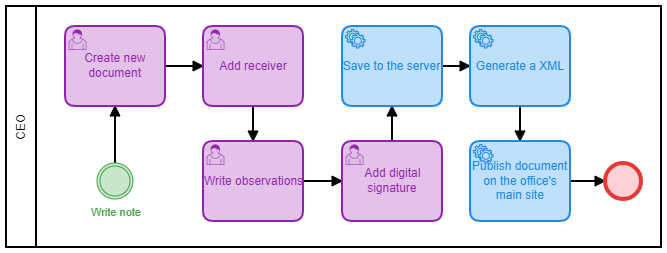
Before: Documentation/BPMN/Images/Memorandum.png, a diagram exported from BPMN (abiisnn/Digital-Office). Its source is kept beside it as Documentation/BPMN/Memorandum.bpmn. Ids are renumbered. The source it was exported from:
```xml
<bpmn:definitions xmlns:bpmn="http://www.omg.org/spec/BPMN/20100524/MODEL" xmlns:bpmndi="http://www.omg.org/spec/BPMN/20100524/DI" xmlns:di="http://www.omg.org/spec/DD/20100524/DI" xmlns:dc="http://www.omg.org/spec/DD/20100524/DC" xmlns:bioc="http://bpmn.io/schema/bpmn/biocolor/1.0" id="Definitions_n1" targetNamespace="http://bpmn.io/schema/bpmn" exporter="Camunda Modeler" exporterVersion="2.0.3">
  <bpmn:collaboration id="Collaboration_n2">
    <bpmn:participant id="Participant_n3" name="CEO" processRef="Process_1" />
  </bpmn:collaboration>
  <bpmn:process id="Process_1" isExecutable="true">
    <bpmn:sequenceFlow id="SequenceFlow_n4" sourceRef="ServiceTask_n5" targetRef="EndEvent_n6" />
    <bpmn:sequenceFlow id="SequenceFlow_n7" sourceRef="Task_n8" targetRef="ServiceTask_n5" />
    <bpmn:sequenceFlow id="SequenceFlow_n9" sourceRef="UserTask_n10" targetRef="UserTask_n11" />
    <bpmn:sequenceFlow id="SequenceFlow_n12" sourceRef="ServiceTask_n13" targetRef="Task_n8" />
    <bpmn:sequenceFlow id="SequenceFlow_n14" sourceRef="UserTask_n11" targetRef="ServiceTask_n13" />
    <bpmn:sequenceFlow id="SequenceFlow_n15" sourceRef="IntermediateThrowEvent_n16" targetRef="UserTask_n17" />
    <bpmn:userTask id="UserTask_n17" name="Create new document">
      <bpmn:incoming>SequenceFlow_n15</bpmn:incoming>
      <bpmn:outgoing>SequenceFlow_n18</bpmn:outgoing>
    </bpmn:userTask>
    <bpmn:intermediateThrowEvent id="IntermediateThrowEvent_n16" name="Write note">
      <bpmn:outgoing>SequenceFlow_n15</bpmn:outgoing>
    </bpmn:intermediateThrowEvent>
    <bpmn:userTask id="Task_n19" name="Add receiver">
      <bpmn:incoming>SequenceFlow_n18</bpmn:incoming>
      <bpmn:outgoing>SequenceFlow_n20</bpmn:outgoing>
    </bpmn:userTask>
    <bpmn:sequenceFlow id="SequenceFlow_n18" sourceRef="UserTask_n17" targetRef="Task_n19" />
    <bpmn:sequenceFlow id="SequenceFlow_n20" sourceRef="Task_n19" targetRef="UserTask_n10" />
    <bpmn:userTask id="UserTask_n10" name="Write observations">
      <bpmn:incoming>SequenceFlow_n20</bpmn:incoming>
      <bpmn:outgoing>SequenceFlow_n9</bpmn:outgoing>
    </bpmn:userTask>
    <bpmn:userTask id="UserTask_n11" name="Add digital signature">
      <bpmn:incoming>SequenceFlow_n9</bpmn:incoming>
      <bpmn:outgoing>SequenceFlow_n14</bpmn:outgoing>
    </bpmn:userTask>
    <bpmn:serviceTask id="ServiceTask_n13" name="Save to the server">
      <bpmn:incoming>SequenceFlow_n14</bpmn:incoming>
      <bpmn:outgoing>SequenceFlow_n12</bpmn:outgoing>
    </bpmn:serviceTask>
    <bpmn:serviceTask id="Task_n8" name="Generate a XML">
      <bpmn:incoming>SequenceFlow_n12</bpmn:incoming>
      <bpmn:outgoing>SequenceFlow_n7</bpmn:outgoing>
    </bpmn:serviceTask>
    <bpmn:serviceTask id="ServiceTask_n5" name="Publish document on the office&#39;s main site">
      <bpmn:incoming>SequenceFlow_n7</bpmn:incoming>
      <bpmn:outgoing>SequenceFlow_n4</bpmn:outgoing>
    </bpmn:serviceTask>
    <bpmn:endEvent id="EndEvent_n6">
      <bpmn:incoming>SequenceFlow_n4</bpmn:incoming>
    </bpmn:endEvent>
  </bpmn:process>
  <bpmndi:BPMNDiagram id="BPMNDiagram_1">
    <bpmndi:BPMNPlane id="BPMNPlane_1" bpmnElement="Collaboration_n2">
      <bpmndi:BPMNShape id="Participant_n3_di" bpmnElement="Participant_n3">
        <dc:Bounds x="47" y="189" width="655" height="241" />
      </bpmndi:BPMNShape>
      <bpmndi:BPMNShape id="ServiceTask_n5_di" bpmnElement="ServiceTask_n5" bioc:stroke="#1E88E5" bioc:fill="#BBDEFB">
        <dc:Bounds x="511" y="324" width="100" height="80" />
      </bpmndi:BPMNShape>
      <bpmndi:BPMNShape id="EndEvent_n6_di" bpmnElement="EndEvent_n6" bioc:stroke="#E53935" bioc:fill="#FFCDD2">
        <dc:Bounds x="646" y="346" width="36" height="36" />
      </bpmndi:BPMNShape>
      <bpmndi:BPMNShape id="ServiceTask_n13_di" bpmnElement="ServiceTask_n13" bioc:stroke="#1E88E5" bioc:fill="#BBDEFB">
        <dc:Bounds x="383" y="209" width="100" height="80" />
      </bpmndi:BPMNShape>
      <bpmndi:BPMNEdge id="SequenceFlow_n12_di" bpmnElement="SequenceFlow_n12">
        <di:waypoint x="483" y="249" />
        <di:waypoint x="511" y="249" />
      </bpmndi:BPMNEdge>
      <bpmndi:BPMNShape id="UserTask_n11_di" bpmnElement="UserTask_n11" bioc:stroke="#8E24AA" bioc:fill="#E1BEE7">
        <dc:Bounds x="383" y="324" width="100" height="80" />
      </bpmndi:BPMNShape>
      <bpmndi:BPMNEdge id="SequenceFlow_n14_di" bpmnElement="SequenceFlow_n14">
        <di:waypoint x="433" y="324" />
        <di:waypoint x="433" y="289" />
      </bpmndi:BPMNEdge>
      <bpmndi:BPMNShape id="UserTask_n10_di" bpmnElement="UserTask_n10" bioc:stroke="#8E24AA" bioc:fill="#E1BEE7">
        <dc:Bounds x="244" y="324" width="100" height="80" />
      </bpmndi:BPMNShape>
      <bpmndi:BPMNShape id="IntermediateThrowEvent_n16_di" bpmnElement="IntermediateThrowEvent_n16" bioc:stroke="#43A047" bioc:fill="#C8E6C9">
        <dc:Bounds x="138" y="346" width="36" height="36" />
        <bpmndi:BPMNLabel>
          <dc:Bounds x="132" y="389" width="49" height="14" />
        </bpmndi:BPMNLabel>
      </bpmndi:BPMNShape>
      <bpmndi:BPMNEdge id="SequenceFlow_n15_di" bpmnElement="SequenceFlow_n15">
        <di:waypoint x="156" y="346" />
        <di:waypoint x="156" y="289" />
      </bpmndi:BPMNEdge>
      <bpmndi:BPMNShape id="UserTask_n17_di" bpmnElement="UserTask_n17" bioc:stroke="#8E24AA" bioc:fill="#E1BEE7">
        <dc:Bounds x="106" y="209" width="100" height="80" />
      </bpmndi:BPMNShape>
      <bpmndi:BPMNEdge id="SequenceFlow_n9_di" bpmnElement="SequenceFlow_n9">
        <di:waypoint x="344" y="364" />
        <di:waypoint x="383" y="364" />
      </bpmndi:BPMNEdge>
      <bpmndi:BPMNEdge id="SequenceFlow_n7_di" bpmnElement="SequenceFlow_n7">
        <di:waypoint x="561" y="289" />
        <di:waypoint x="561" y="324" />
      </bpmndi:BPMNEdge>
      <bpmndi:BPMNEdge id="SequenceFlow_n4_di" bpmnElement="SequenceFlow_n4">
        <di:waypoint x="611" y="364" />
        <di:waypoint x="646" y="364" />
      </bpmndi:BPMNEdge>
      <bpmndi:BPMNShape id="ServiceTask_1scru0k_di" bpmnElement="Task_n8" bioc:stroke="#1E88E5" bioc:fill="#BBDEFB">
        <dc:Bounds x="511" y="209" width="100" height="80" />
      </bpmndi:BPMNShape>
      <bpmndi:BPMNShape id="UserTask_0fbclnx_di" bpmnElement="Task_n19" bioc:stroke="#8E24AA" bioc:fill="#E1BEE7">
        <dc:Bounds x="244" y="209" width="100" height="80" />
      </bpmndi:BPMNShape>
      <bpmndi:BPMNEdge id="SequenceFlow_n18_di" bpmnElement="SequenceFlow_n18">
        <di:waypoint x="206" y="249" />
        <di:waypoint x="244" y="249" />
      </bpmndi:BPMNEdge>
      <bpmndi:BPMNEdge id="SequenceFlow_n20_di" bpmnElement="SequenceFlow_n20">
        <di:waypoint x="294" y="289" />
        <di:waypoint x="294" y="324" />
      </bpmndi:BPMNEdge>
    </bpmndi:BPMNPlane>
  </bpmndi:BPMNDiagram>
</bpmn:definitions>
```
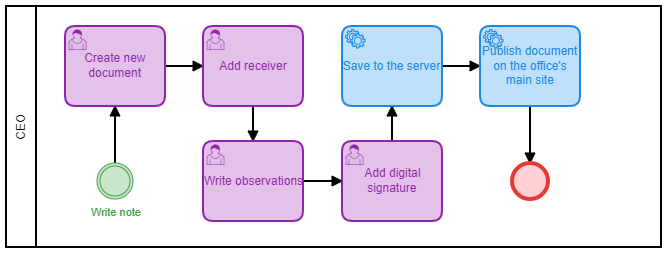
After the change.

Change to the diagram source:
```diff
@@ -4,9 +4,8 @@
   </bpmn:collaboration>
   <bpmn:process id="Process_1" isExecutable="true">
     <bpmn:sequenceFlow id="SequenceFlow_n4" sourceRef="ServiceTask_n5" targetRef="EndEvent_n6" />
-    <bpmn:sequenceFlow id="SequenceFlow_n7" sourceRef="Task_n8" targetRef="ServiceTask_n5" />
     <bpmn:sequenceFlow id="SequenceFlow_n9" sourceRef="UserTask_n10" targetRef="UserTask_n11" />
-    <bpmn:sequenceFlow id="SequenceFlow_n12" sourceRef="ServiceTask_n13" targetRef="Task_n8" />
+    <bpmn:sequenceFlow id="SequenceFlow_n12" sourceRef="ServiceTask_n13" targetRef="ServiceTask_n5" />
     <bpmn:sequenceFlow id="SequenceFlow_n14" sourceRef="UserTask_n11" targetRef="ServiceTask_n13" />
     <bpmn:sequenceFlow id="SequenceFlow_n15" sourceRef="IntermediateThrowEvent_n16" targetRef="UserTask_n17" />
     <bpmn:userTask id="UserTask_n17" name="Create new document">
@@ -34,12 +33,8 @@
       <bpmn:incoming>SequenceFlow_n14</bpmn:incoming>
       <bpmn:outgoing>SequenceFlow_n12</bpmn:outgoing>
     </bpmn:serviceTask>
-    <bpmn:serviceTask id="Task_n8" name="Generate a XML">
+    <bpmn:serviceTask id="ServiceTask_n5" name="Publish document on the office&#39;s main site">
       <bpmn:incoming>SequenceFlow_n12</bpmn:incoming>
-      <bpmn:outgoing>SequenceFlow_n7</bpmn:outgoing>
-    </bpmn:serviceTask>
-    <bpmn:serviceTask id="ServiceTask_n5" name="Publish document on the office&#39;s main site">
-      <bpmn:incoming>SequenceFlow_n7</bpmn:incoming>
       <bpmn:outgoing>SequenceFlow_n4</bpmn:outgoing>
     </bpmn:serviceTask>
     <bpmn:endEvent id="EndEvent_n6">
@@ -52,17 +47,17 @@
         <dc:Bounds x="47" y="189" width="655" height="241" />
       </bpmndi:BPMNShape>
       <bpmndi:BPMNShape id="ServiceTask_n5_di" bpmnElement="ServiceTask_n5" bioc:stroke="#1E88E5" bioc:fill="#BBDEFB">
-        <dc:Bounds x="511" y="324" width="100" height="80" />
+        <dc:Bounds x="521" y="209" width="100" height="80" />
       </bpmndi:BPMNShape>
       <bpmndi:BPMNShape id="EndEvent_n6_di" bpmnElement="EndEvent_n6" bioc:stroke="#E53935" bioc:fill="#FFCDD2">
-        <dc:Bounds x="646" y="346" width="36" height="36" />
+        <dc:Bounds x="553" y="346" width="36" height="36" />
       </bpmndi:BPMNShape>
       <bpmndi:BPMNShape id="ServiceTask_n13_di" bpmnElement="ServiceTask_n13" bioc:stroke="#1E88E5" bioc:fill="#BBDEFB">
         <dc:Bounds x="383" y="209" width="100" height="80" />
       </bpmndi:BPMNShape>
       <bpmndi:BPMNEdge id="SequenceFlow_n12_di" bpmnElement="SequenceFlow_n12">
         <di:waypoint x="483" y="249" />
-        <di:waypoint x="511" y="249" />
+        <di:waypoint x="521" y="249" />
       </bpmndi:BPMNEdge>
       <bpmndi:BPMNShape id="UserTask_n11_di" bpmnElement="UserTask_n11" bioc:stroke="#8E24AA" bioc:fill="#E1BEE7">
         <dc:Bounds x="383" y="324" width="100" height="80" />
@@ -91,17 +86,10 @@
         <di:waypoint x="344" y="364" />
         <di:waypoint x="383" y="364" />
       </bpmndi:BPMNEdge>
-      <bpmndi:BPMNEdge id="SequenceFlow_n7_di" bpmnElement="SequenceFlow_n7">
-        <di:waypoint x="561" y="289" />
-        <di:waypoint x="561" y="324" />
+      <bpmndi:BPMNEdge id="SequenceFlow_n4_di" bpmnElement="SequenceFlow_n4">
+        <di:waypoint x="571" y="289" />
+        <di:waypoint x="571" y="346" />
       </bpmndi:BPMNEdge>
-      <bpmndi:BPMNEdge id="SequenceFlow_n4_di" bpmnElement="SequenceFlow_n4">
-        <di:waypoint x="611" y="364" />
-        <di:waypoint x="646" y="364" />
-      </bpmndi:BPMNEdge>
-      <bpmndi:BPMNShape id="ServiceTask_1scru0k_di" bpmnElement="Task_n8" bioc:stroke="#1E88E5" bioc:fill="#BBDEFB">
-        <dc:Bounds x="511" y="209" width="100" height="80" />
-      </bpmndi:BPMNShape>
       <bpmndi:BPMNShape id="UserTask_0fbclnx_di" bpmnElement="Task_n19" bioc:stroke="#8E24AA" bioc:fill="#E1BEE7">
         <dc:Bounds x="244" y="209" width="100" height="80" />
       </bpmndi:BPMNShape>
```
